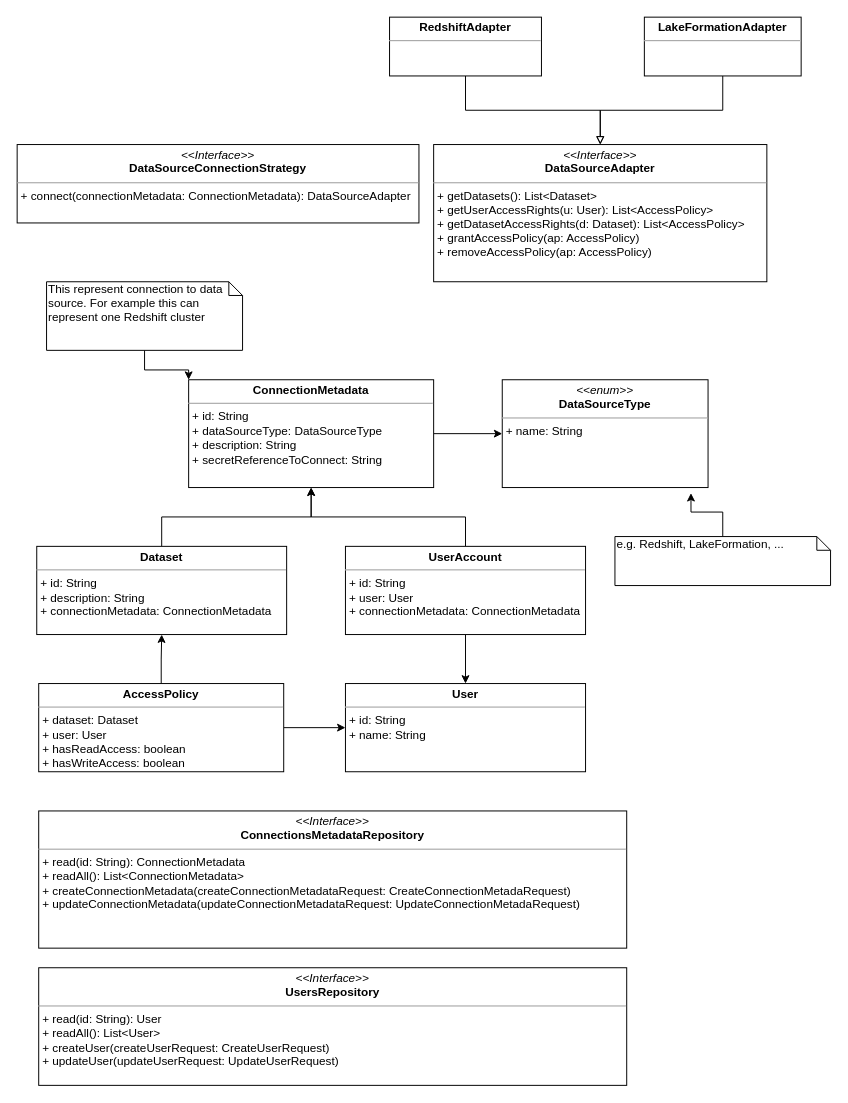
Above: page "domain-model" (2 of 9) of diagrams/diagrams.drawio in piotr-kalanski/access-management (draw.io), before the change. Source tidied: cells renumbered, new cells numbered last; positions are measured from the earlier drawing's top-left corner, leaving out a move shared by most shapes. Both pictures are drawn from the tidied source at 98%, with x=0, y=0 at pixel (17, 17).
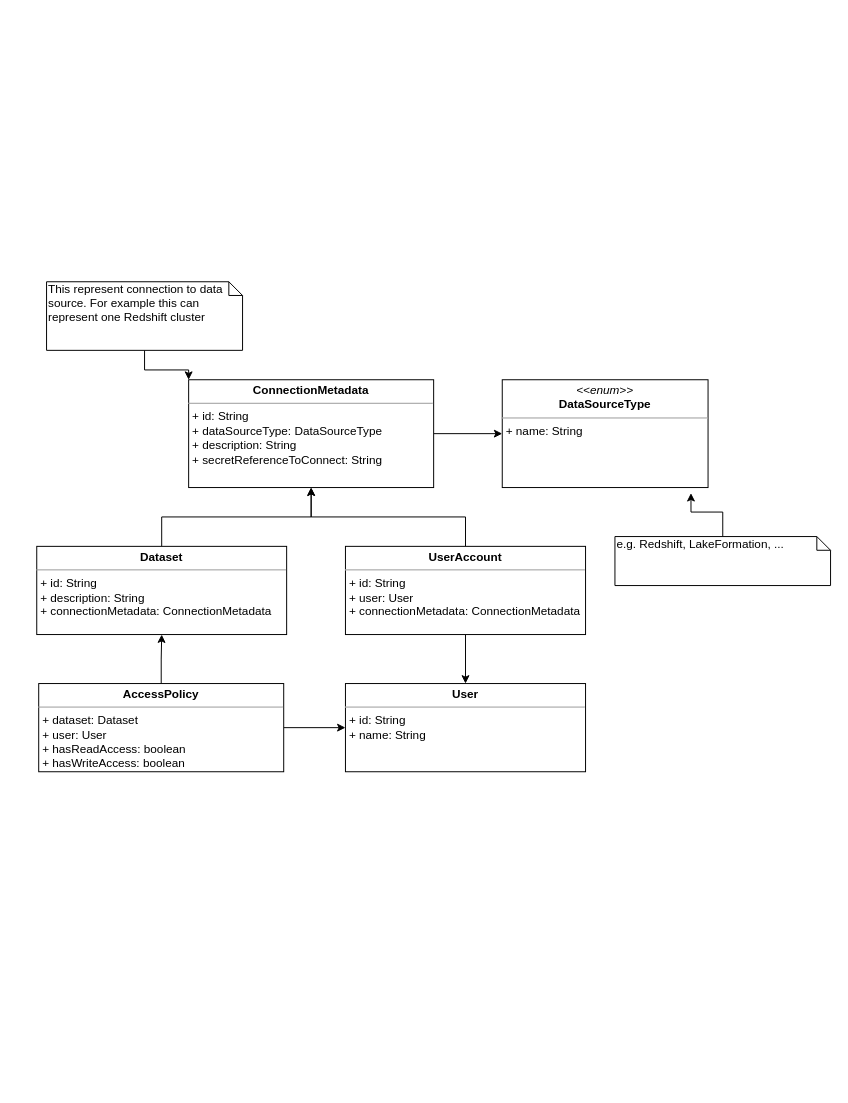
After the change.

Diff of the diagram source:
```diff
@@
-    <mxCell id="8" value="&lt;p style=&quot;margin: 0px ; margin-top: 4px ; text-align: center&quot;&gt;&lt;i&gt;&amp;lt;&amp;lt;Interface&amp;gt;&amp;gt;&lt;/i&gt;&lt;br&gt;&lt;b&gt;DataSourceAdapter&lt;/b&gt;&lt;br&gt;&lt;/p&gt;&lt;hr size=&quot;1&quot;&gt;&lt;p style=&quot;margin: 0px ; margin-left: 4px&quot;&gt;&lt;/p&gt;&lt;p style=&quot;margin: 0px ; margin-left: 4px&quot;&gt;+ getDatasets(): List&amp;lt;Dataset&amp;gt;&lt;br&gt;+ getUserAccessRights(u: User): List&amp;lt;AccessPolicy&amp;gt;&lt;br&gt;+ getDatasetAccessRights(d: Dataset): List&amp;lt;AccessPolicy&amp;gt;&lt;br&gt;+ grantAccessPolicy(ap: AccessPolicy)&lt;br&gt;+ removeAccessPolicy(ap: AccessPolicy)&lt;br&gt;&lt;/p&gt;" style="verticalAlign=top;align=left;overflow=fill;fontSize=12;fontFamily=Helvetica;html=1;" parent="1" vertex="1">
-      <mxGeometry x="425" y="130" width="340" height="140" as="geometry" />
-    </mxCell>
@@
-    <mxCell id="16" value="&lt;p style=&quot;margin: 0px ; margin-top: 4px ; text-align: center&quot;&gt;&lt;i&gt;&amp;lt;&amp;lt;Interface&amp;gt;&amp;gt;&lt;/i&gt;&lt;br&gt;&lt;b&gt;DataSourceConnectionStrategy&lt;/b&gt;&lt;/p&gt;&lt;hr size=&quot;1&quot;&gt;&lt;p style=&quot;margin: 0px ; margin-left: 4px&quot;&gt;&lt;/p&gt;&lt;p style=&quot;margin: 0px ; margin-left: 4px&quot;&gt;+ connect(connectionMetadata:&amp;nbsp;&lt;span style=&quot;text-align: center&quot;&gt;ConnectionMetadata&lt;/span&gt;): DataSourceAdapter&lt;br&gt;&lt;/p&gt;" style="verticalAlign=top;align=left;overflow=fill;fontSize=12;fontFamily=Helvetica;html=1;" parent="1" vertex="1">
-      <mxGeometry y="130" width="410" height="80" as="geometry" />
-    </mxCell>
@@
-    <mxCell id="20" style="edgeStyle=orthogonalEdgeStyle;rounded=0;jettySize=auto;html=1;entryX=0.5;entryY=0;entryDx=0;entryDy=0;endArrow=block;endFill=0;" parent="1" edge="1" source="21" target="8">
-      <mxGeometry relative="1" as="geometry" />
-    </mxCell>
-    <mxCell id="21" value="&lt;p style=&quot;margin: 0px ; margin-top: 4px ; text-align: center&quot;&gt;&lt;b&gt;RedshiftAdapter&lt;/b&gt;&lt;br&gt;&lt;/p&gt;&lt;hr size=&quot;1&quot;&gt;&lt;p style=&quot;margin: 0px ; margin-left: 4px&quot;&gt;&lt;/p&gt;&lt;p style=&quot;margin: 0px ; margin-left: 4px&quot;&gt;&lt;br&gt;&lt;/p&gt;" style="verticalAlign=top;align=left;overflow=fill;fontSize=12;fontFamily=Helvetica;html=1;" parent="1" vertex="1">
-      <mxGeometry x="380" width="155" height="60" as="geometry" />
-    </mxCell>
-    <mxCell id="22" style="edgeStyle=orthogonalEdgeStyle;rounded=0;jettySize=auto;html=1;entryX=0.5;entryY=0;entryDx=0;entryDy=0;endArrow=block;endFill=0;" parent="1" edge="1" source="23" target="8">
-      <mxGeometry relative="1" as="geometry" />
-    </mxCell>
-    <mxCell id="23" value="&lt;p style=&quot;margin: 0px ; margin-top: 4px ; text-align: center&quot;&gt;&lt;b&gt;LakeFormationAdapter&lt;/b&gt;&lt;br&gt;&lt;/p&gt;&lt;hr size=&quot;1&quot;&gt;&lt;p style=&quot;margin: 0px ; margin-left: 4px&quot;&gt;&lt;/p&gt;&lt;p style=&quot;margin: 0px ; margin-left: 4px&quot;&gt;&lt;br&gt;&lt;/p&gt;" style="verticalAlign=top;align=left;overflow=fill;fontSize=12;fontFamily=Helvetica;html=1;" parent="1" vertex="1">
-      <mxGeometry x="640" width="160" height="60" as="geometry" />
-    </mxCell>
-    <mxCell id="24" value="&lt;p style=&quot;margin: 0px ; margin-top: 4px ; text-align: center&quot;&gt;&lt;i&gt;&amp;lt;&amp;lt;Interface&amp;gt;&amp;gt;&lt;/i&gt;&lt;br&gt;&lt;b&gt;ConnectionsMetadataRepository&lt;/b&gt;&lt;br&gt;&lt;/p&gt;&lt;hr size=&quot;1&quot;&gt;&lt;p style=&quot;margin: 0px ; margin-left: 4px&quot;&gt;&lt;/p&gt;&lt;p style=&quot;margin: 0px ; margin-left: 4px&quot;&gt;+ read(id: String): ConnectionMetadata&lt;br&gt;+ readAll(): List&amp;lt;ConnectionMetadata&amp;gt;&lt;br&gt;+ createConnectionMetadata(createConnectionMetadataRequest: CreateConnectionMetadaRequest)&lt;br&gt;+ updateConnectionMetadata(updateConnectionMetadataRequest: UpdateConnectionMetadaRequest)&lt;br&gt;&lt;/p&gt;" style="verticalAlign=top;align=left;overflow=fill;fontSize=12;fontFamily=Helvetica;html=1;" parent="1" vertex="1">
-      <mxGeometry x="22" y="810" width="600" height="140" as="geometry" />
-    </mxCell>
-    <mxCell id="25" value="&lt;p style=&quot;margin: 0px ; margin-top: 4px ; text-align: center&quot;&gt;&lt;i&gt;&amp;lt;&amp;lt;Interface&amp;gt;&amp;gt;&lt;/i&gt;&lt;br&gt;&lt;b&gt;UsersRepository&lt;/b&gt;&lt;br&gt;&lt;/p&gt;&lt;hr size=&quot;1&quot;&gt;&lt;p style=&quot;margin: 0px ; margin-left: 4px&quot;&gt;&lt;/p&gt;&lt;p style=&quot;margin: 0px ; margin-left: 4px&quot;&gt;+ read(id: String): User&lt;br&gt;+ readAll(): List&amp;lt;User&amp;gt;&lt;br&gt;+ createUser(createUserRequest: CreateUserRequest)&lt;br&gt;+ updateUser(updateUserRequest: UpdateUserRequest)&lt;br&gt;&lt;/p&gt;" style="verticalAlign=top;align=left;overflow=fill;fontSize=12;fontFamily=Helvetica;html=1;" parent="1" vertex="1">
-      <mxGeometry x="22" y="970" width="600" height="120" as="geometry" />
-    </mxCell>
```
